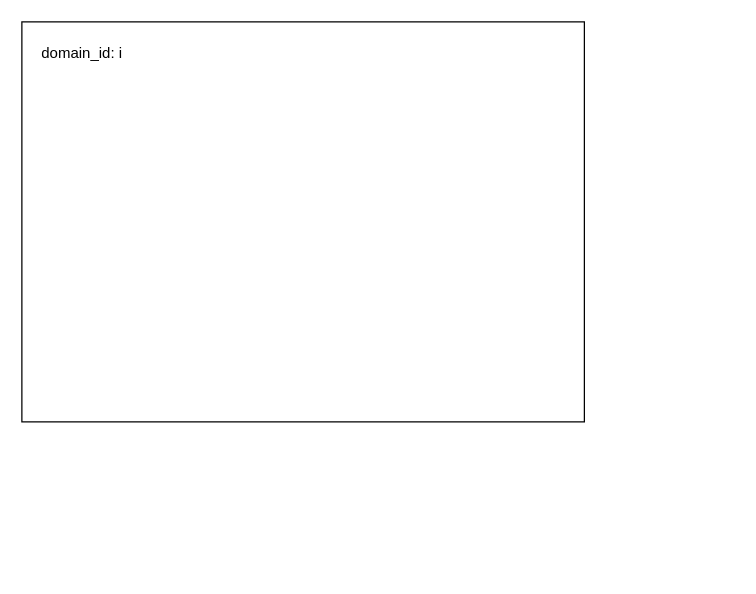
Earlier version of the draw.io diagram 多层次数据流转换.drawio (keyu-Li/vtk_example). Source tidied: cells renumbered, new cells numbered last; positions are measured from the earlier drawing's top-left corner, leaving out a move shared by most shapes. Both pictures are drawn from the tidied source at 125%, with x=0, y=0 at pixel (21, 21).
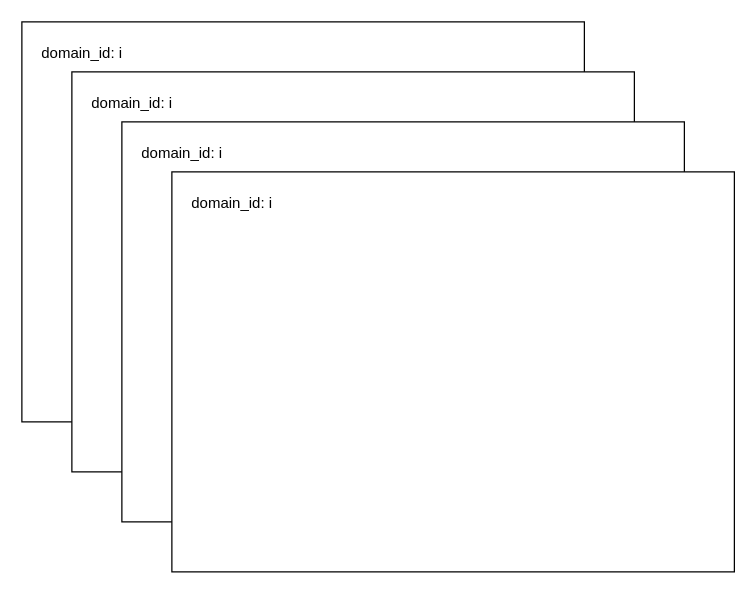
The same page after the edit.

Commit message (it also covers changes not shown here):
更新多层次数据流转换.drawio

Diff of the diagram source:
```diff
@@
 <mxGraphModel>
   <root>
     <mxCell id="0" />
     <mxCell id="1" parent="0" />
+    <mxCell id="4" style="group;" parent="1" vertex="1">
+      <mxGeometry width="570" height="440" as="geometry" />
+    </mxCell>
-    <mxCell id="2" style="rounded=0;whiteSpace=wrap;html=1;" parent="1" vertex="1">
+    <mxCell id="2" style="rounded=0;whiteSpace=wrap;html=1;" parent="4" vertex="1">
       <mxGeometry width="450" height="320" as="geometry" />
     </mxCell>
-    <mxCell id="3" value="domain_id: i" style="text;strokeColor=none;fillColor=none;align=left;verticalAlign=middle;spacingLeft=4;spacingRight=4;overflow=hidden;whiteSpace=wrap;html=1;" parent="1" vertex="1">
+    <mxCell id="3" value="domain_id: i" style="text;strokeColor=none;fillColor=none;align=left;verticalAlign=middle;spacingLeft=4;spacingRight=4;overflow=hidden;whiteSpace=wrap;html=1;" parent="4" vertex="1">
       <mxGeometry x="10" y="10" width="110" height="30" as="geometry" />
     </mxCell>
+    <mxCell id="5" style="group;" parent="4" vertex="1">
+      <mxGeometry x="40" y="40" width="530" height="400" as="geometry" />
+    </mxCell>
+    <mxCell id="6" style="rounded=0;whiteSpace=wrap;html=1;" parent="5" vertex="1">
+      <mxGeometry width="450" height="320" as="geometry" />
+    </mxCell>
+    <mxCell id="7" value="domain_id: i" style="text;strokeColor=none;fillColor=none;align=left;verticalAlign=middle;spacingLeft=4;spacingRight=4;overflow=hidden;whiteSpace=wrap;html=1;" parent="5" vertex="1">
+      <mxGeometry x="10" y="10" width="110" height="30" as="geometry" />
+    </mxCell>
+    <mxCell id="8" style="group;" parent="5" vertex="1">
+      <mxGeometry x="40" y="40" width="490" height="360" as="geometry" />
+    </mxCell>
+    <mxCell id="9" style="rounded=0;whiteSpace=wrap;html=1;" parent="8" vertex="1">
+      <mxGeometry width="450" height="320" as="geometry" />
+    </mxCell>
+    <mxCell id="10" value="domain_id: i" style="text;strokeColor=none;fillColor=none;align=left;verticalAlign=middle;spacingLeft=4;spacingRight=4;overflow=hidden;whiteSpace=wrap;html=1;" parent="8" vertex="1">
+      <mxGeometry x="10" y="10" width="110" height="30" as="geometry" />
+    </mxCell>
+    <mxCell id="11" style="group;" parent="8" vertex="1">
+      <mxGeometry x="40" y="40" width="450" height="320" as="geometry" />
+    </mxCell>
+    <mxCell id="12" style="rounded=0;whiteSpace=wrap;html=1;" parent="11" vertex="1">
+      <mxGeometry width="450" height="320" as="geometry" />
+    </mxCell>
+    <mxCell id="13" value="domain_id: i" style="text;strokeColor=none;fillColor=none;align=left;verticalAlign=middle;spacingLeft=4;spacingRight=4;overflow=hidden;whiteSpace=wrap;html=1;" parent="11" vertex="1">
+      <mxGeometry x="10" y="10" width="110" height="30" as="geometry" />
+    </mxCell>
   </root>
 </mxGraphModel>
```
